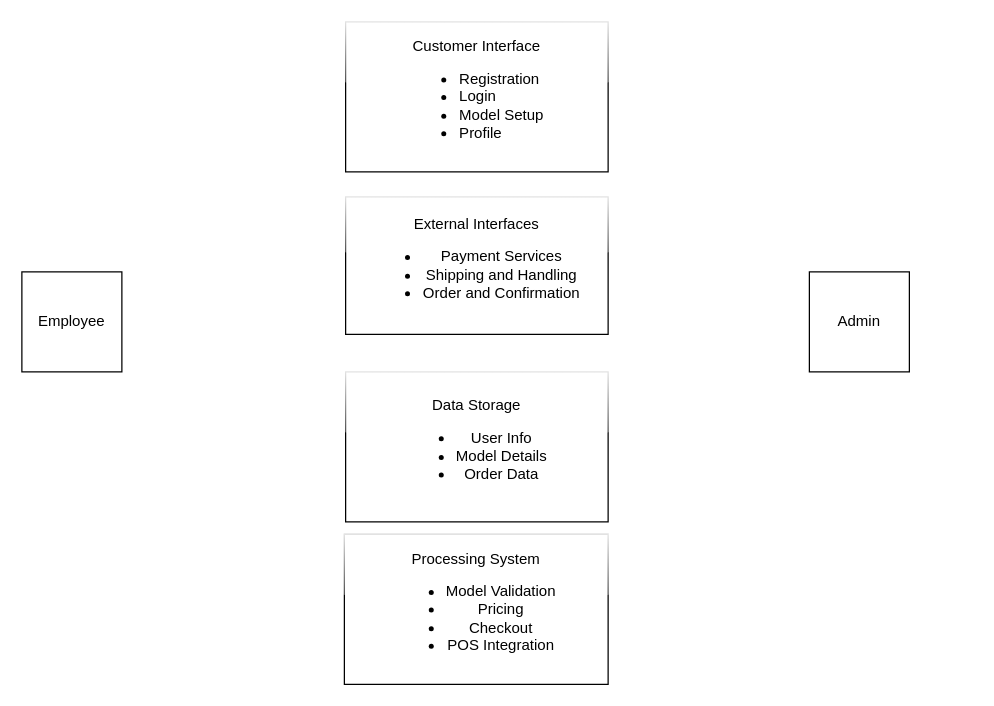
ElhamDevelopmentStudio/elhamdev keeps this draw.io diagram as js/Untitled Diagram.drawio. Above is the earlier version. Source tidied: cells renumbered, new cells numbered last; positions are measured from the earlier drawing's top-left corner, leaving out a move shared by most shapes. Both pictures are drawn from the tidied source at 125%, with x=0, y=0 at pixel (21, 21).
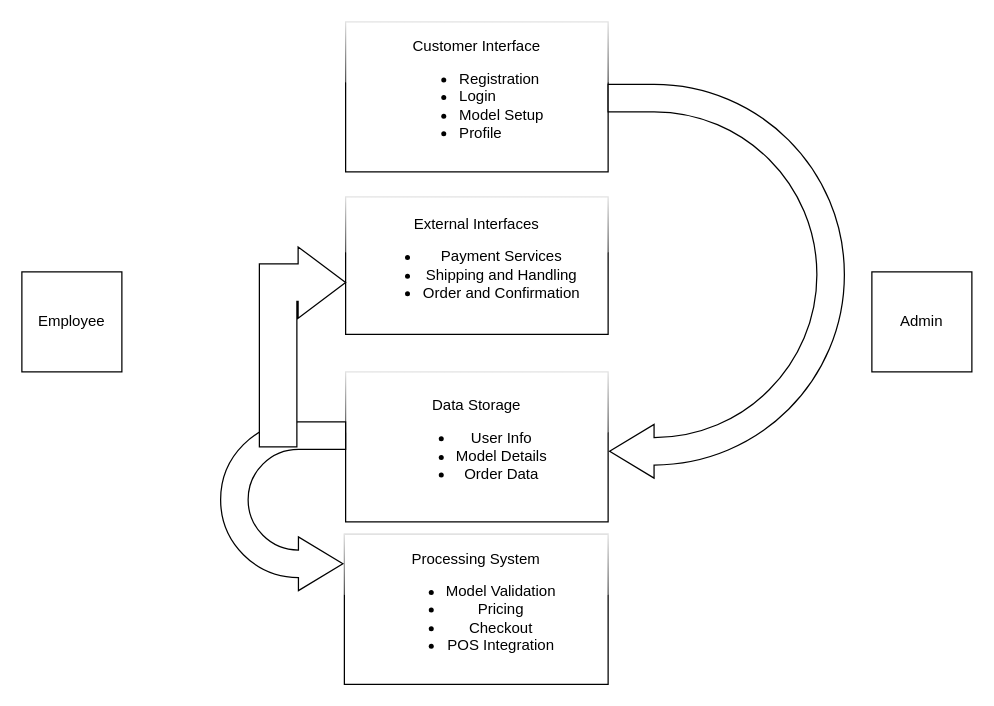
The same page after the edit.

Diff of the diagram source:
```diff
@@
 <mxGraphModel>
   <root>
     <mxCell id="0" />
     <mxCell id="1" parent="0" />
     <mxCell id="2" value="Processing System&lt;br&gt;&lt;ul&gt;&lt;li&gt;Model Validation&lt;/li&gt;&lt;li&gt;Pricing&lt;/li&gt;&lt;li&gt;Checkout&lt;/li&gt;&lt;li&gt;POS Integration&lt;/li&gt;&lt;/ul&gt;" style="rounded=0;whiteSpace=wrap;html=1;fontSize=12;glass=1;strokeWidth=1;shadow=0;" parent="1" vertex="1">
       <mxGeometry x="258" y="410" width="211" height="120" as="geometry" />
     </mxCell>
     <mxCell id="3" value="Customer Interface&lt;br&gt;&lt;div style=&quot;text-align: left;&quot;&gt;&lt;ul&gt;&lt;li&gt;&lt;span style=&quot;background-color: initial;&quot;&gt;Registration&lt;/span&gt;&lt;/li&gt;&lt;li&gt;&lt;span style=&quot;background-color: initial;&quot;&gt;Login&lt;/span&gt;&lt;/li&gt;&lt;li&gt;&lt;span style=&quot;background-color: initial;&quot;&gt;Model Setup&lt;/span&gt;&lt;/li&gt;&lt;li&gt;&lt;span style=&quot;background-color: initial;&quot;&gt;Profile&lt;/span&gt;&lt;/li&gt;&lt;/ul&gt;&lt;/div&gt;" style="rounded=0;whiteSpace=wrap;html=1;fontSize=12;glass=1;strokeWidth=1;shadow=0;" parent="1" vertex="1">
       <mxGeometry x="259" width="210" height="120" as="geometry" />
     </mxCell>
     <mxCell id="4" value="External Interfaces&lt;br&gt;&lt;ul&gt;&lt;li&gt;Payment Services&lt;/li&gt;&lt;li&gt;Shipping and Handling&lt;/li&gt;&lt;li&gt;Order and Confirmation&lt;/li&gt;&lt;/ul&gt;" style="rounded=0;whiteSpace=wrap;html=1;fontSize=12;glass=1;strokeWidth=1;shadow=0;" parent="1" vertex="1">
       <mxGeometry x="259" y="140" width="210" height="110" as="geometry" />
     </mxCell>
     <mxCell id="5" value="Data Storage&lt;br&gt;&lt;ul&gt;&lt;li&gt;User Info&lt;/li&gt;&lt;li&gt;Model Details&lt;/li&gt;&lt;li&gt;Order Data&lt;/li&gt;&lt;/ul&gt;" style="rounded=0;whiteSpace=wrap;html=1;fontSize=12;glass=1;strokeWidth=1;shadow=0;" parent="1" vertex="1">
       <mxGeometry x="259" y="280" width="210" height="120" as="geometry" />
     </mxCell>
     <mxCell id="6" value="Employee" style="whiteSpace=wrap;html=1;" parent="1" vertex="1">
       <mxGeometry y="200" width="80" height="80" as="geometry" />
     </mxCell>
     <mxCell id="7" value="Admin" style="whiteSpace=wrap;html=1;" parent="1" vertex="1">
-      <mxGeometry x="630" y="200" width="80" height="80" as="geometry" />
+      <mxGeometry x="680" y="200" width="80" height="80" as="geometry" />
     </mxCell>
+    <mxCell id="8" style="html=1;shadow=0;dashed=0;align=center;verticalAlign=middle;shape=mxgraph.arrows2.uTurnArrow;dy=11;arrowHead=43;dx2=35.55;direction=east;rotation=-180;flipH=1;" parent="1" vertex="1">
+      <mxGeometry x="159" y="320" width="100" height="135" as="geometry" />
+    </mxCell>
+    <mxCell id="9" style="html=1;shadow=0;dashed=0;align=center;verticalAlign=middle;shape=mxgraph.arrows2.uTurnArrow;dy=11;arrowHead=43;dx2=35.55;direction=east;rotation=-180;flipH=0;" parent="1" vertex="1">
+      <mxGeometry x="469" y="50" width="189" height="315" as="geometry" />
+    </mxCell>
+    <mxCell id="10" style="html=1;shadow=0;dashed=0;align=center;verticalAlign=middle;shape=mxgraph.arrows2.bendArrow;dy=15;dx=38;notch=0;arrowHead=57;rounded=0;" parent="1" vertex="1">
+      <mxGeometry x="190" y="180" width="69" height="160" as="geometry" />
+    </mxCell>
   </root>
 </mxGraphModel>
```
